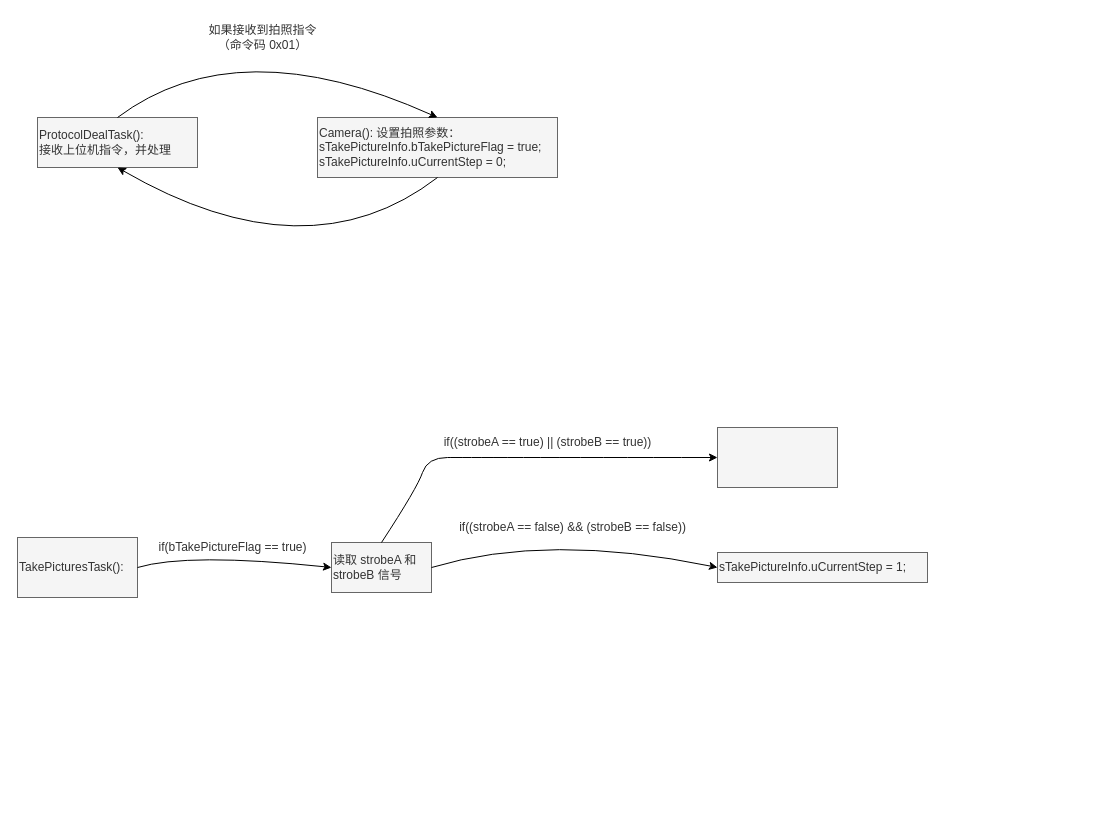
The draw.io diagram 未命名绘图.drawio in ShadowThree/drawing_draw_io, before the edit. Source tidied: cells renumbered, new cells numbered last; positions are measured from the earlier drawing's top-left corner, leaving out a move shared by most shapes. Both pictures are drawn from the tidied source at 100%, with x=0, y=0 at pixel (17, 17).
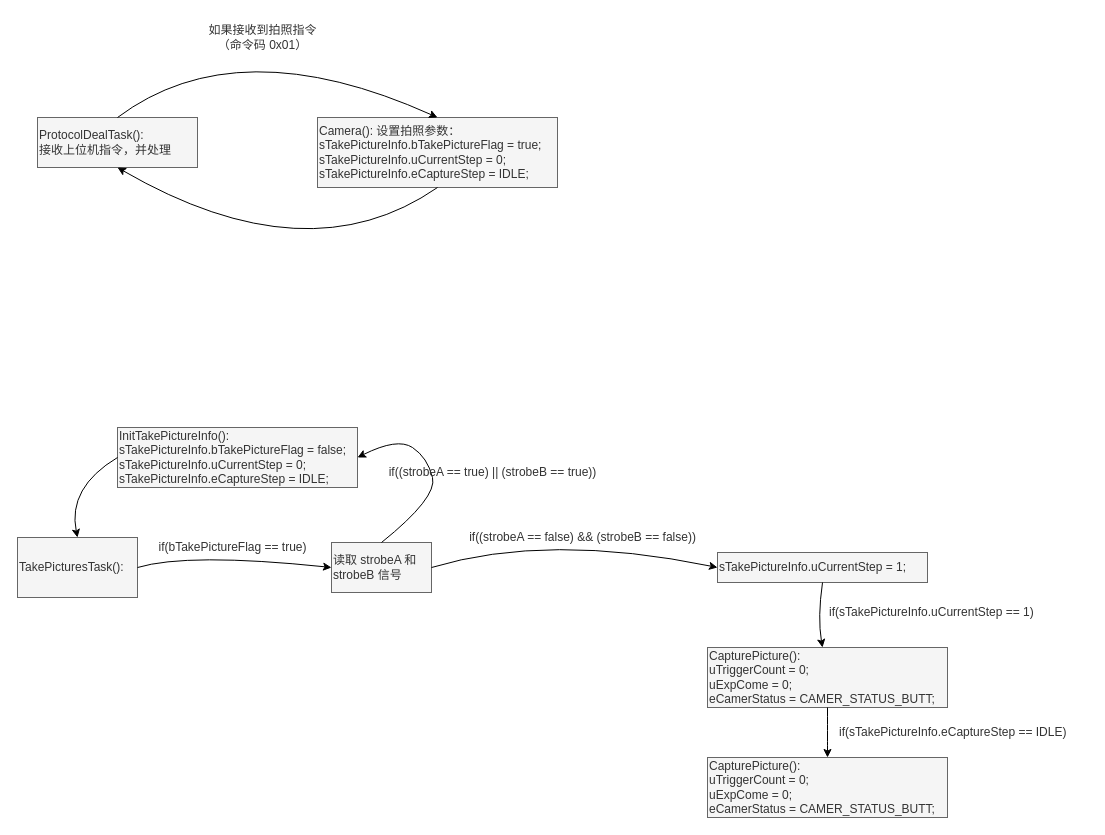
Above is the later version.

Commit message:
更新未命名绘图.drawio

The change refers to these unchanged cells:
```xml
<mxCell id="7" value="TakePicturesTask():&lt;br&gt;" style="rounded=0;whiteSpace=wrap;html=1;strokeColor=#666666;fontFamily=Helvetica;fontSize=12;fontColor=#333333;fillColor=#f5f5f5;align=left;" parent="1" vertex="1">
  <mxGeometry y="520" width="120" height="60" as="geometry" />
</mxCell>
<mxCell id="8" value="&lt;div&gt;读取 strobeA 和 strobeB 信号&lt;/div&gt;" style="rounded=0;whiteSpace=wrap;html=1;strokeColor=#666666;fontFamily=Helvetica;fontSize=12;fontColor=#333333;fillColor=#f5f5f5;align=left;" parent="1" vertex="1">
  <mxGeometry x="314" y="525" width="100" height="50" as="geometry" />
</mxCell>
<mxCell id="13" value="&lt;div&gt;sTakePictureInfo.uCurrentStep = 1;&lt;/div&gt;" style="rounded=0;whiteSpace=wrap;html=1;strokeColor=#666666;fontFamily=Helvetica;fontSize=12;fontColor=#333333;fillColor=#f5f5f5;align=left;" parent="1" vertex="1">
  <mxGeometry x="700" y="535" width="210" height="30" as="geometry" />
</mxCell>
```

The edit, as a diff of the source:
```diff
@@
-    <mxCell id="4" value="Camera(): 设置拍照参数：&lt;br style=&quot;border-color: var(--border-color);&quot;&gt;&lt;span style=&quot;&quot;&gt;sTakePictureInfo.bTakePictureFlag = true;&lt;/span&gt;&lt;br style=&quot;border-color: var(--border-color);&quot;&gt;&lt;span style=&quot;&quot;&gt;sTakePictureInfo.uCurrentStep = 0;&lt;/span&gt;" style="whiteSpace=wrap;html=1;rounded=0;strokeColor=#666666;fontFamily=Helvetica;fontSize=12;fontColor=#333333;fillColor=#f5f5f5;align=left;" parent="1" vertex="1">
-      <mxGeometry x="300" y="100" width="240" height="60" as="geometry" />
+    <mxCell id="4" value="Camera(): 设置拍照参数：&lt;br style=&quot;border-color: var(--border-color);&quot;&gt;&lt;span style=&quot;&quot;&gt;sTakePictureInfo.bTakePictureFlag = true;&lt;/span&gt;&lt;br style=&quot;border-color: var(--border-color);&quot;&gt;&lt;span style=&quot;&quot;&gt;sTakePictureInfo.uCurrentStep = 0;&lt;br&gt;sTakePictureInfo.eCaptureStep = IDLE;&lt;br&gt;&lt;/span&gt;" style="whiteSpace=wrap;html=1;rounded=0;strokeColor=#666666;fontFamily=Helvetica;fontSize=12;fontColor=#333333;fillColor=#f5f5f5;align=left;" parent="1" vertex="1">
+      <mxGeometry x="300" y="100" width="240" height="70" as="geometry" />
     </mxCell>
@@
     <mxCell id="11" value="&lt;div&gt;if((strobeA == false) &amp;amp;&amp;amp; (strobeB == false))&lt;/div&gt;" style="text;html=1;align=center;verticalAlign=middle;strokeColor=none;fillColor=none;fontSize=12;fontFamily=Helvetica;fontColor=#333333;" parent="1" vertex="1">
-      <mxGeometry x="430" y="495" width="250" height="30" as="geometry" />
+      <mxGeometry x="440" y="505" width="250" height="30" as="geometry" />
     </mxCell>
@@
-    <mxCell id="14" style="curved=1;endArrow=classic;html=1;rounded=0;fontFamily=Helvetica;fontSize=12;fontColor=#333333;exitX=0.5;exitY=0;exitDx=0;exitDy=0;entryX=0;entryY=0.5;entryDx=0;entryDy=0;" parent="1" edge="1" source="8" target="15">
+    <mxCell id="14" style="curved=1;endArrow=classic;html=1;rounded=0;fontFamily=Helvetica;fontSize=12;fontColor=#333333;exitX=0.5;exitY=0;exitDx=0;exitDy=0;entryX=1;entryY=0.5;entryDx=0;entryDy=0;" parent="1" edge="1" source="8" target="15">
       <mxGeometry relative="1" as="geometry">
         <Array as="points">
-          <mxPoint x="400" y="470" />
+          <mxPoint x="420" y="480" />
           <mxPoint x="410" y="440" />
-          <mxPoint x="450" y="440" />
+          <mxPoint x="380" y="420" />
         </Array>
       </mxGeometry>
     </mxCell>
-    <mxCell id="15" style="whiteSpace=wrap;html=1;rounded=0;strokeColor=#666666;fontFamily=Helvetica;fontSize=12;fontColor=#333333;fillColor=#f5f5f5;" parent="1" vertex="1">
-      <mxGeometry x="700" y="410" width="120" height="60" as="geometry" />
+    <mxCell id="15" value="InitTakePictureInfo():&lt;br style=&quot;border-color: var(--border-color);&quot;&gt;&lt;span style=&quot;border-color: var(--border-color);&quot;&gt;sTakePictureInfo.bTakePictureFlag = false;&lt;/span&gt;&lt;br style=&quot;border-color: var(--border-color);&quot;&gt;&lt;div style=&quot;&quot;&gt;&lt;span style=&quot;background-color: initial;&quot;&gt;sTakePictureInfo.uCurrentStep = 0;&lt;/span&gt;&lt;/div&gt;&lt;div style=&quot;&quot;&gt;&lt;span style=&quot;background-color: initial;&quot;&gt;sTakePictureInfo.eCaptureStep = IDLE;&lt;br&gt;&lt;/span&gt;&lt;/div&gt;" style="whiteSpace=wrap;html=1;rounded=0;strokeColor=#666666;fontFamily=Helvetica;fontSize=12;fontColor=#333333;fillColor=#f5f5f5;align=left;" parent="1" vertex="1">
+      <mxGeometry x="100" y="410" width="240" height="60" as="geometry" />
     </mxCell>
     <mxCell id="16" value="&lt;div&gt;if((strobeA == true) || (strobeB == true))&lt;/div&gt;" style="text;html=1;align=center;verticalAlign=middle;strokeColor=none;fillColor=none;fontSize=12;fontFamily=Helvetica;fontColor=#333333;" parent="1" vertex="1">
-      <mxGeometry x="415" y="410" width="230" height="30" as="geometry" />
+      <mxGeometry x="360" y="440" width="230" height="30" as="geometry" />
     </mxCell>
+    <mxCell id="17" style="curved=1;endArrow=classic;html=1;rounded=0;fontFamily=Helvetica;fontSize=12;fontColor=#333333;exitX=0;exitY=0.5;exitDx=0;exitDy=0;entryX=0.5;entryY=0;entryDx=0;entryDy=0;" parent="1" edge="1" source="15" target="7">
+      <mxGeometry relative="1" as="geometry">
+        <Array as="points">
+          <mxPoint x="50" y="470" />
+        </Array>
+      </mxGeometry>
+    </mxCell>
+    <mxCell id="18" value="&lt;div&gt;CapturePicture():&lt;/div&gt;&lt;div&gt;uTriggerCount = 0;&lt;/div&gt;&lt;div&gt;uExpCome = 0;&lt;/div&gt;&lt;div&gt;eCamerStatus = CAMER_STATUS_BUTT;&lt;/div&gt;" style="rounded=0;whiteSpace=wrap;html=1;strokeColor=#666666;fontFamily=Helvetica;fontSize=12;fontColor=#333333;fillColor=#f5f5f5;align=left;" parent="1" vertex="1">
+      <mxGeometry x="690" y="630" width="240" height="60" as="geometry" />
+    </mxCell>
+    <mxCell id="19" style="curved=1;endArrow=classic;html=1;rounded=0;fontFamily=Helvetica;fontSize=12;fontColor=#333333;exitX=0.5;exitY=1;exitDx=0;exitDy=0;" parent="1" edge="1" source="13" target="18">
+      <mxGeometry relative="1" as="geometry">
+        <Array as="points">
+          <mxPoint x="800" y="600" />
+        </Array>
+      </mxGeometry>
+    </mxCell>
+    <mxCell id="20" value="&lt;div&gt;&lt;/div&gt;if(sTakePictureInfo.uCurrentStep == 1&lt;span style=&quot;background-color: initial;&quot;&gt;)&lt;/span&gt;" style="text;html=1;align=left;verticalAlign=middle;strokeColor=none;fillColor=none;fontSize=12;fontFamily=Helvetica;fontColor=#333333;" parent="1" vertex="1">
+      <mxGeometry x="810" y="580" width="230" height="30" as="geometry" />
+    </mxCell>
+    <mxCell id="21" style="curved=1;endArrow=classic;html=1;rounded=0;fontFamily=Helvetica;fontSize=12;fontColor=#333333;exitX=0.5;exitY=1;exitDx=0;exitDy=0;entryX=0.5;entryY=0;entryDx=0;entryDy=0;" parent="1" edge="1" source="18" target="23">
+      <mxGeometry relative="1" as="geometry">
+        <Array as="points">
+          <mxPoint x="810" y="730" />
+          <mxPoint x="810" y="710" />
+        </Array>
+      </mxGeometry>
+    </mxCell>
+    <mxCell id="22" value="&lt;div&gt;&lt;/div&gt;if(sTakePictureInfo.eCaptureStep == IDLE&lt;span style=&quot;background-color: initial;&quot;&gt;)&lt;/span&gt;" style="text;html=1;align=left;verticalAlign=middle;strokeColor=none;fillColor=none;fontSize=12;fontFamily=Helvetica;fontColor=#333333;" parent="1" vertex="1">
+      <mxGeometry x="820" y="700" width="250" height="30" as="geometry" />
+    </mxCell>
+    <mxCell id="23" value="&lt;div&gt;CapturePicture():&lt;/div&gt;&lt;div&gt;uTriggerCount = 0;&lt;/div&gt;&lt;div&gt;uExpCome = 0;&lt;/div&gt;&lt;div&gt;eCamerStatus = CAMER_STATUS_BUTT;&lt;/div&gt;" style="rounded=0;whiteSpace=wrap;html=1;strokeColor=#666666;fontFamily=Helvetica;fontSize=12;fontColor=#333333;fillColor=#f5f5f5;align=left;" parent="1" vertex="1">
+      <mxGeometry x="690" y="740" width="240" height="60" as="geometry" />
+    </mxCell>
```
